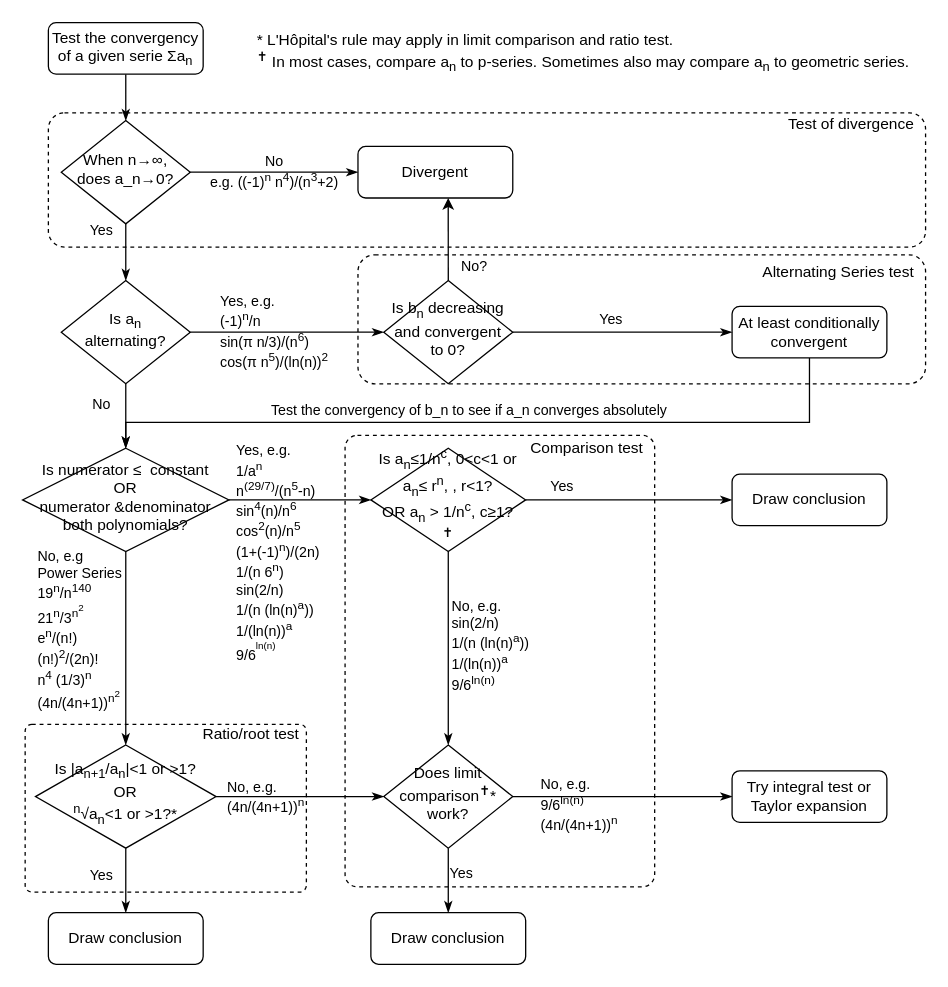
Earlier version of the draw.io diagram convergency_testings.drawio (lemonci/notes). Source tidied: cells renumbered, new cells numbered last; positions are measured from the earlier drawing's top-left corner, leaving out a move shared by most shapes. Both pictures are drawn from the tidied source at 129%, with x=0, y=0 at pixel (22, 22).
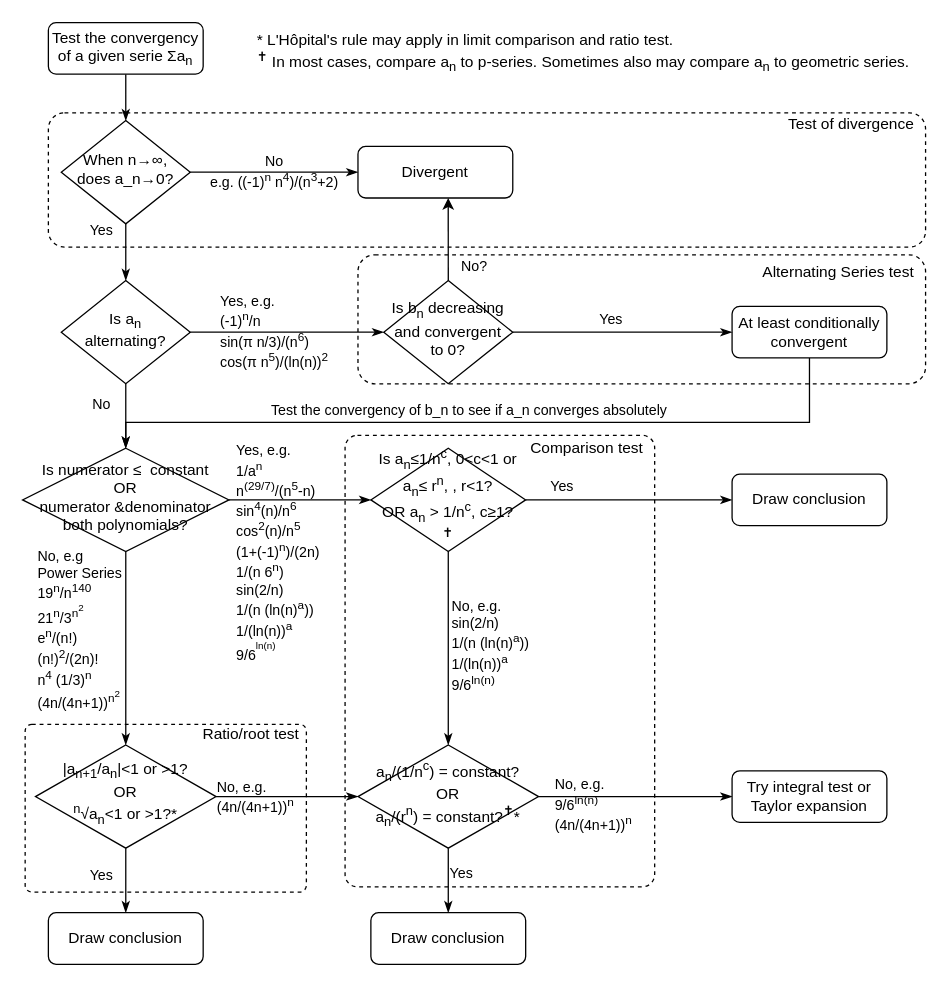
The same page after the edit.

The edit, as a diff of the source:
```diff
@@
-    <mxCell id="37" value="Does limit comparison&lt;sup&gt;✝&lt;/sup&gt;* work?" style="rhombus;whiteSpace=wrap;html=1;shadow=0;fontFamily=Helvetica;fontSize=12;align=center;strokeWidth=1;spacing=6;spacingTop=-4;labelBackgroundColor=none;" parent="1" vertex="1">
-      <mxGeometry x="280" y="560" width="100" height="80" as="geometry" />
+    <mxCell id="37" value="&lt;div&gt;a&lt;sub&gt;n&lt;/sub&gt;/(1/n&lt;sup&gt;c&lt;/sup&gt;) = constant?&lt;/div&gt;&lt;div&gt;OR&lt;br&gt;&lt;/div&gt;&lt;div&gt;a&lt;sub&gt;n&lt;/sub&gt;/(r&lt;sup&gt;n&lt;/sup&gt;) = constant?&lt;sup&gt;✝&lt;/sup&gt;*&lt;br&gt;&lt;/div&gt;" style="rhombus;whiteSpace=wrap;html=1;shadow=0;fontFamily=Helvetica;fontSize=12;align=center;strokeWidth=1;spacing=6;spacingTop=-4;labelBackgroundColor=none;" parent="1" vertex="1">
+      <mxGeometry x="260" y="560" width="140" height="80" as="geometry" />
     </mxCell>
@@
-    <mxCell id="42" value="&lt;div&gt;Is |a&lt;sub&gt;n+1&lt;/sub&gt;/a&lt;sub&gt;n&lt;/sub&gt;|&amp;lt;1 or &amp;gt;1? OR&lt;/div&gt;&lt;div&gt; &lt;sup&gt;n&lt;/sup&gt;√a&lt;sub&gt;n&lt;/sub&gt;&amp;lt;1 or &amp;gt;1?*&lt;/div&gt;" style="rhombus;whiteSpace=wrap;html=1;shadow=0;fontFamily=Helvetica;fontSize=12;align=center;strokeWidth=1;spacing=6;spacingTop=-4;labelBackgroundColor=none;" parent="1" vertex="1">
+    <mxCell id="42" value="&lt;div&gt;|a&lt;sub&gt;n+1&lt;/sub&gt;/a&lt;sub&gt;n&lt;/sub&gt;|&amp;lt;1 or &amp;gt;1?&lt;/div&gt;&lt;div&gt;OR&lt;/div&gt;&lt;div&gt; &lt;sup&gt;n&lt;/sup&gt;√a&lt;sub&gt;n&lt;/sub&gt;&amp;lt;1 or &amp;gt;1?*&lt;/div&gt;" style="rhombus;whiteSpace=wrap;html=1;shadow=0;fontFamily=Helvetica;fontSize=12;align=center;strokeWidth=1;spacing=6;spacingTop=-4;labelBackgroundColor=none;" parent="1" vertex="1">
       <mxGeometry x="10" y="560" width="140" height="80" as="geometry" />
     </mxCell>
```
